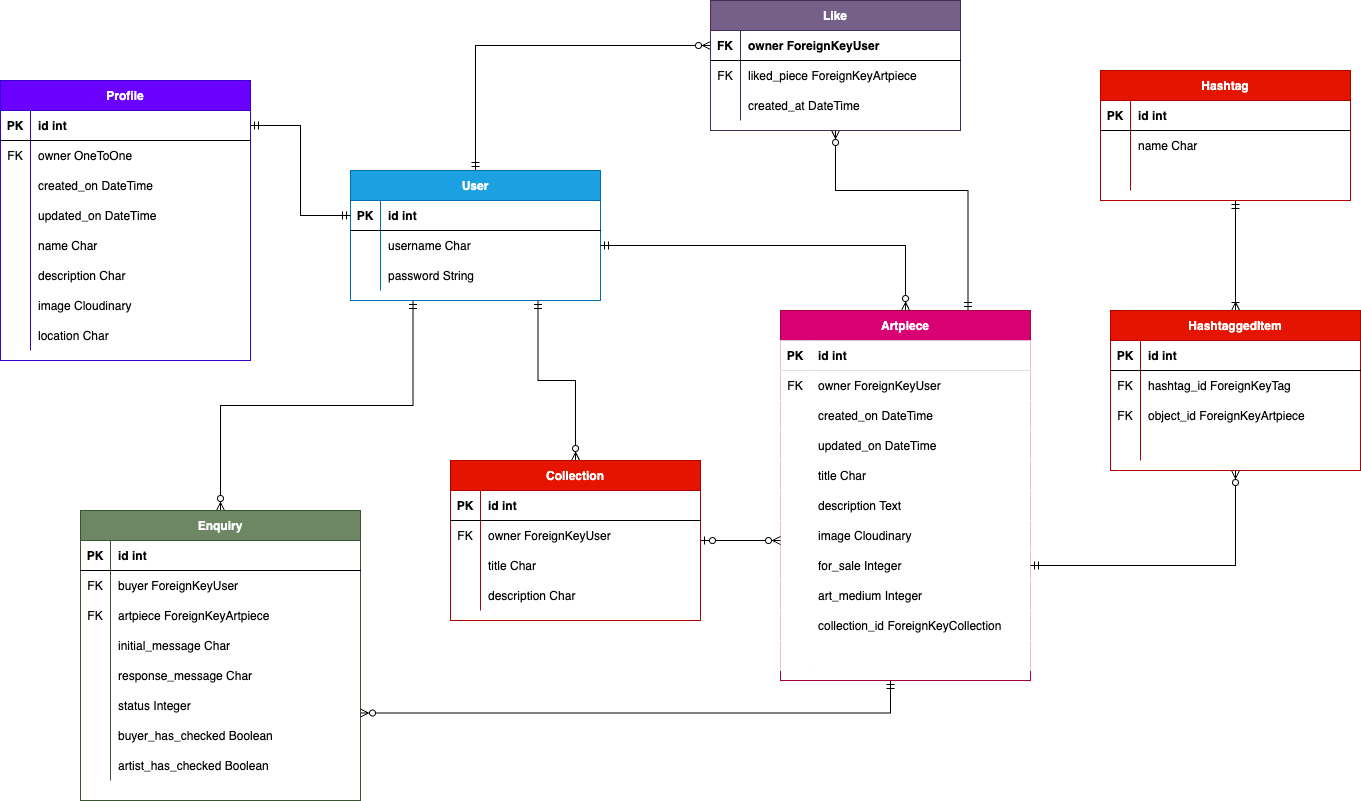
The draw.io diagram documentation/erd/viridian_erd.png in johannacarolinep/viridian-square, before a commit. Source tidied: cells renumbered, new cells last; positions are measured from the earlier drawing's top-left corner, leaving out a move shared by most shapes.
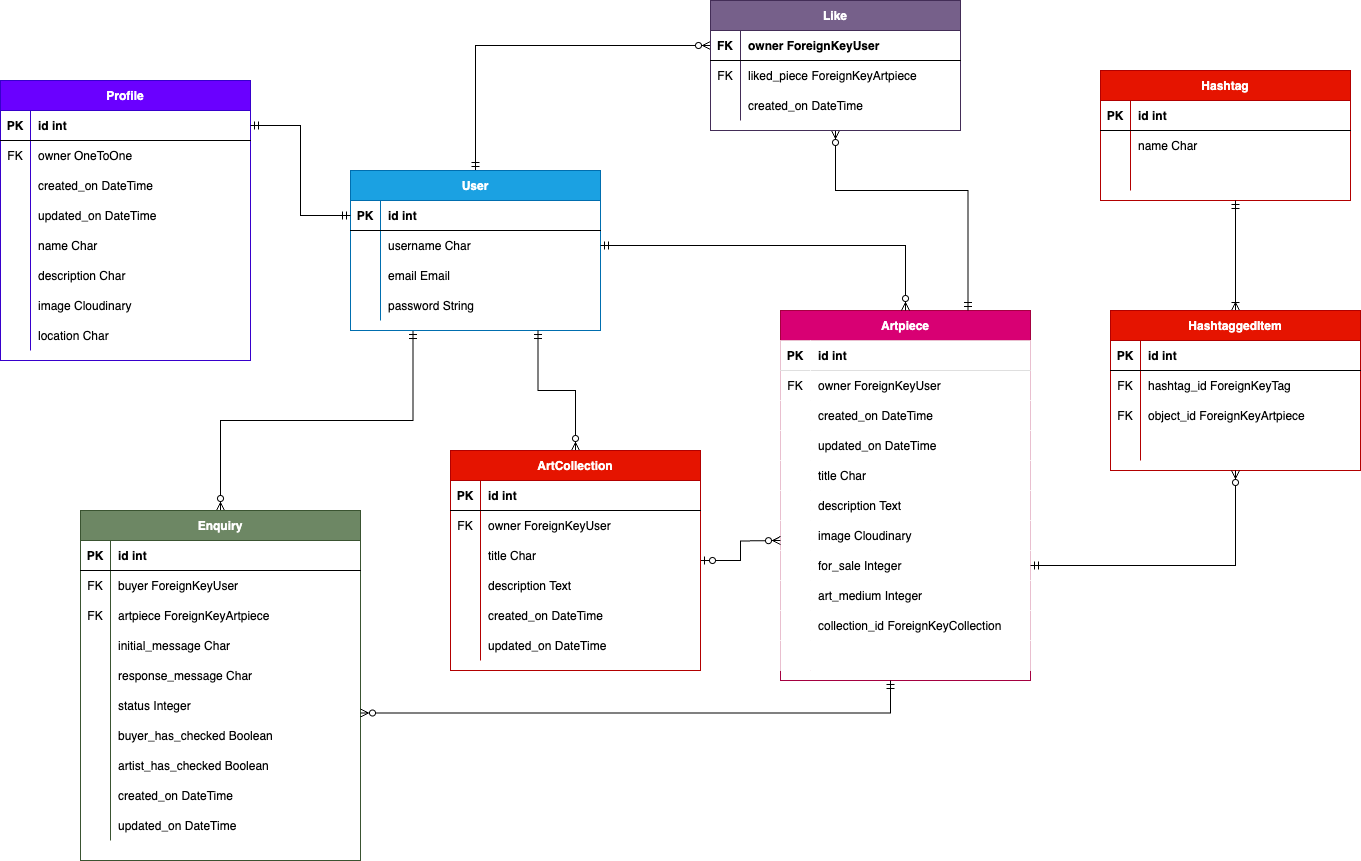
Above is the later version.

Commit message:
docs: Update ERD to reflect minor changes to User, ArtCollection and Enquiry models

Change to the diagram source:
```diff
@@ -111,7 +111,7 @@
       <mxGeometry relative="1" as="geometry" />
     </mxCell>
     <mxCell id="38" value="User" style="shape=table;startSize=30;rowLines=0;fontStyle=1;align=center;fillColor=#1ba1e2;fontColor=#ffffff;strokeColor=#006EAF;" parent="1" vertex="1">
-      <mxGeometry x="350" y="170" width="250" height="130" as="geometry" />
+      <mxGeometry x="350" y="170" width="250" height="160" as="geometry" />
     </mxCell>
     <mxCell id="39" style="shape=partialRectangle;fillColor=none;points=[[0,0.5],[1,0.5]];portConstraint=eastwest;top=0;left=0;right=0;bottom=1;" parent="38" vertex="1">
       <mxGeometry y="30" width="250" height="30" as="geometry" />
@@ -131,8 +131,17 @@
     <mxCell id="44" value="username Char" style="shape=partialRectangle;overflow=hidden;fillColor=none;top=0;left=0;bottom=0;right=0;align=left;spacingLeft=6;" parent="42" vertex="1">
       <mxGeometry x="30" width="220" height="30" as="geometry" />
     </mxCell>
+    <mxCell id="152" style="shape=partialRectangle;fillColor=none;top=0;left=0;right=0;bottom=0;" parent="38" vertex="1">
+      <mxGeometry y="90" width="250" height="30" as="geometry" />
+    </mxCell>
+    <mxCell id="153" style="shape=partialRectangle;overflow=hidden;fillColor=none;top=0;left=0;bottom=0;right=0;" parent="152" vertex="1">
+      <mxGeometry width="30" height="30" as="geometry" />
+    </mxCell>
+    <mxCell id="154" value="email Email" style="shape=partialRectangle;overflow=hidden;fillColor=none;top=0;left=0;bottom=0;right=0;align=left;spacingLeft=6;" parent="152" vertex="1">
+      <mxGeometry x="30" width="220" height="30" as="geometry" />
+    </mxCell>
     <mxCell id="45" style="shape=partialRectangle;fillColor=none;top=0;left=0;right=0;bottom=0;" parent="38" vertex="1">
-      <mxGeometry y="90" width="250" height="30" as="geometry" />
+      <mxGeometry y="120" width="250" height="30" as="geometry" />
     </mxCell>
     <mxCell id="46" style="shape=partialRectangle;overflow=hidden;fillColor=none;top=0;left=0;bottom=0;right=0;" parent="45" vertex="1">
       <mxGeometry width="30" height="30" as="geometry" />
@@ -223,8 +232,8 @@
     <mxCell id="74" style="edgeStyle=orthogonalEdgeStyle;rounded=0;jettySize=auto;html=1;endArrow=ERmandOne;endFill=0;startArrow=ERzeroToMany;startFill=0;entryX=0.75;entryY=1;entryDx=0;entryDy=0;" parent="1" edge="1" source="75" target="38">
       <mxGeometry relative="1" as="geometry" />
     </mxCell>
-    <mxCell id="75" value="Collection" style="shape=table;startSize=30;rowLines=0;fontStyle=1;align=center;fillColor=#e51400;fontColor=#ffffff;strokeColor=#B20000;" parent="1" vertex="1">
-      <mxGeometry x="450" y="460" width="250" height="160" as="geometry" />
+    <mxCell id="75" value="ArtCollection" style="shape=table;startSize=30;rowLines=0;fontStyle=1;align=center;fillColor=#e51400;fontColor=#ffffff;strokeColor=#B20000;" parent="1" vertex="1">
+      <mxGeometry x="450" y="450" width="250" height="220" as="geometry" />
     </mxCell>
     <mxCell id="76" style="shape=partialRectangle;fillColor=none;top=0;left=0;right=0;bottom=1;" parent="75" vertex="1">
       <mxGeometry y="30" width="250" height="30" as="geometry" />
@@ -259,9 +268,27 @@
     <mxCell id="86" style="shape=partialRectangle;overflow=hidden;fillColor=none;top=0;left=0;bottom=0;right=0;" parent="85" vertex="1">
       <mxGeometry width="30" height="30" as="geometry" />
     </mxCell>
-    <mxCell id="87" value="description Char" style="shape=partialRectangle;overflow=hidden;fillColor=none;top=0;left=0;bottom=0;right=0;align=left;spacingLeft=6;" parent="85" vertex="1">
+    <mxCell id="87" value="description Text" style="shape=partialRectangle;overflow=hidden;fillColor=none;top=0;left=0;bottom=0;right=0;align=left;spacingLeft=6;" parent="85" vertex="1">
       <mxGeometry x="30" width="220" height="30" as="geometry" />
     </mxCell>
+    <mxCell id="155" style="shape=partialRectangle;fillColor=none;top=0;left=0;right=0;bottom=0;" parent="75" vertex="1">
+      <mxGeometry y="150" width="250" height="30" as="geometry" />
+    </mxCell>
+    <mxCell id="156" style="shape=partialRectangle;overflow=hidden;fillColor=none;top=0;left=0;bottom=0;right=0;" parent="155" vertex="1">
+      <mxGeometry width="30" height="30" as="geometry" />
+    </mxCell>
+    <mxCell id="157" value="created_on DateTime" style="shape=partialRectangle;overflow=hidden;fillColor=none;top=0;left=0;bottom=0;right=0;align=left;spacingLeft=6;" parent="155" vertex="1">
+      <mxGeometry x="30" width="220" height="30" as="geometry" />
+    </mxCell>
+    <mxCell id="158" style="shape=partialRectangle;fillColor=none;top=0;left=0;right=0;bottom=0;" parent="75" vertex="1">
+      <mxGeometry y="180" width="250" height="30" as="geometry" />
+    </mxCell>
+    <mxCell id="159" style="shape=partialRectangle;overflow=hidden;fillColor=none;top=0;left=0;bottom=0;right=0;" parent="158" vertex="1">
+      <mxGeometry width="30" height="30" as="geometry" />
+    </mxCell>
+    <mxCell id="160" value="updated_on DateTime" style="shape=partialRectangle;overflow=hidden;fillColor=none;top=0;left=0;bottom=0;right=0;align=left;spacingLeft=6;" parent="158" vertex="1">
+      <mxGeometry x="30" width="220" height="30" as="geometry" />
+    </mxCell>
     <mxCell id="88" style="edgeStyle=orthogonalEdgeStyle;rounded=0;jettySize=auto;html=1;entryX=0.75;entryY=0;entryDx=0;entryDy=0;endArrow=ERmandOne;endFill=0;startArrow=ERzeroToMany;startFill=0;" parent="1" edge="1" source="89" target="2">
       <mxGeometry relative="1" as="geometry">
         <Array as="points">
@@ -297,11 +324,11 @@
     <mxCell id="97" style="shape=partialRectangle;overflow=hidden;fillColor=none;top=0;left=0;bottom=0;right=0;" parent="96" vertex="1">
       <mxGeometry width="30" height="30" as="geometry" />
     </mxCell>
-    <mxCell id="98" value="created_at DateTime" style="shape=partialRectangle;overflow=hidden;fillColor=none;top=0;left=0;bottom=0;right=0;align=left;spacingLeft=6;" parent="96" vertex="1">
+    <mxCell id="98" value="created_on DateTime" style="shape=partialRectangle;overflow=hidden;fillColor=none;top=0;left=0;bottom=0;right=0;align=left;spacingLeft=6;" parent="96" vertex="1">
       <mxGeometry x="30" width="220" height="30" as="geometry" />
     </mxCell>
     <mxCell id="99" value="Enquiry" style="shape=table;startSize=30;rowLines=0;fontStyle=1;align=center;fillColor=#6d8764;fontColor=#ffffff;strokeColor=#3A5431;" parent="1" vertex="1">
-      <mxGeometry x="80" y="510" width="280" height="290" as="geometry" />
+      <mxGeometry x="80" y="510" width="280" height="350" as="geometry" />
     </mxCell>
     <mxCell id="100" style="shape=partialRectangle;fillColor=none;top=0;left=0;right=0;bottom=1;" parent="99" vertex="1">
       <mxGeometry y="30" width="280" height="30" as="geometry" />
@@ -375,6 +402,24 @@
     <mxCell id="123" value="artist_has_checked Boolean" style="shape=partialRectangle;overflow=hidden;fillColor=none;top=0;left=0;bottom=0;right=0;align=left;spacingLeft=6;" parent="121" vertex="1">
       <mxGeometry x="30" width="250" height="30" as="geometry" />
     </mxCell>
+    <mxCell id="161" style="shape=partialRectangle;fillColor=none;top=0;left=0;right=0;bottom=0;" parent="99" vertex="1">
+      <mxGeometry y="270" width="280" height="30" as="geometry" />
+    </mxCell>
+    <mxCell id="162" style="shape=partialRectangle;overflow=hidden;fillColor=none;top=0;left=0;bottom=0;right=0;" parent="161" vertex="1">
+      <mxGeometry width="30" height="30" as="geometry" />
+    </mxCell>
+    <mxCell id="163" value="created_on DateTime" style="shape=partialRectangle;overflow=hidden;fillColor=none;top=0;left=0;bottom=0;right=0;align=left;spacingLeft=6;" parent="161" vertex="1">
+      <mxGeometry x="30" width="250" height="30" as="geometry" />
+    </mxCell>
+    <mxCell id="164" style="shape=partialRectangle;fillColor=none;top=0;left=0;right=0;bottom=0;" parent="99" vertex="1">
+      <mxGeometry y="300" width="280" height="30" as="geometry" />
+    </mxCell>
+    <mxCell id="165" style="shape=partialRectangle;overflow=hidden;fillColor=none;top=0;left=0;bottom=0;right=0;" parent="164" vertex="1">
+      <mxGeometry width="30" height="30" as="geometry" />
+    </mxCell>
+    <mxCell id="166" value="updated_on DateTime" style="shape=partialRectangle;overflow=hidden;fillColor=none;top=0;left=0;bottom=0;right=0;align=left;spacingLeft=6;" parent="164" vertex="1">
+      <mxGeometry x="30" width="250" height="30" as="geometry" />
+    </mxCell>
     <mxCell id="124" style="edgeStyle=orthogonalEdgeStyle;rounded=0;jettySize=auto;html=1;entryX=1;entryY=0.5;entryDx=0;entryDy=0;endArrow=ERmandOne;endFill=0;startArrow=ERmandOne;startFill=0;exitX=0;exitY=0.5;exitDx=0;exitDy=0;" parent="1" edge="1" source="39" target="49">
       <mxGeometry relative="1" as="geometry" />
     </mxCell>
```
